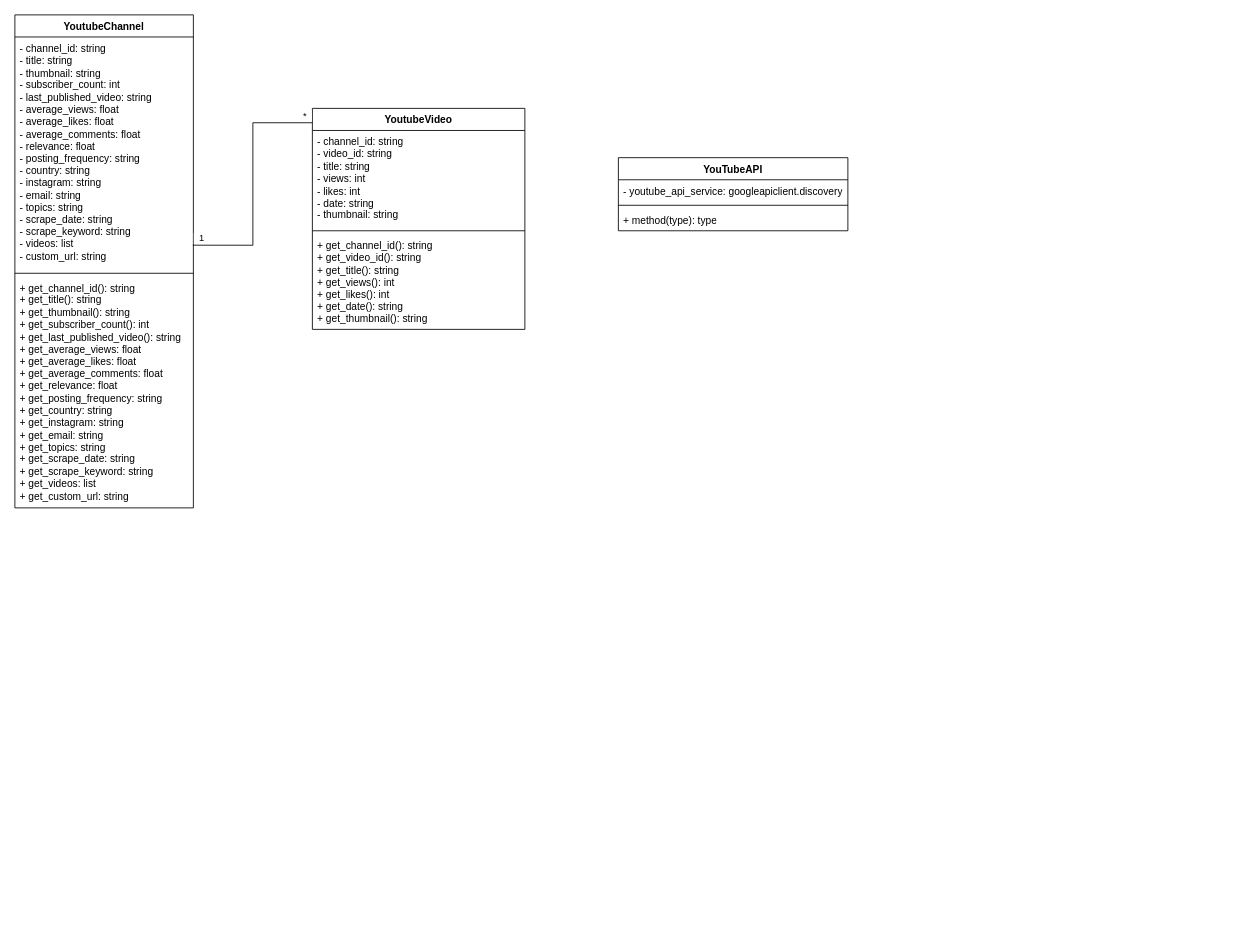
Before: Data/Class Diagram.drawio in 916-Silasi-Marius/Youtube-Scraping, a draw.io diagram. Source tidied: cells renumbered, new cells numbered last; positions are measured from the earlier drawing's top-left corner, leaving out a move shared by most shapes. Both pictures are drawn from the tidied source at 85%, with x=0, y=0 at pixel (14, 14).
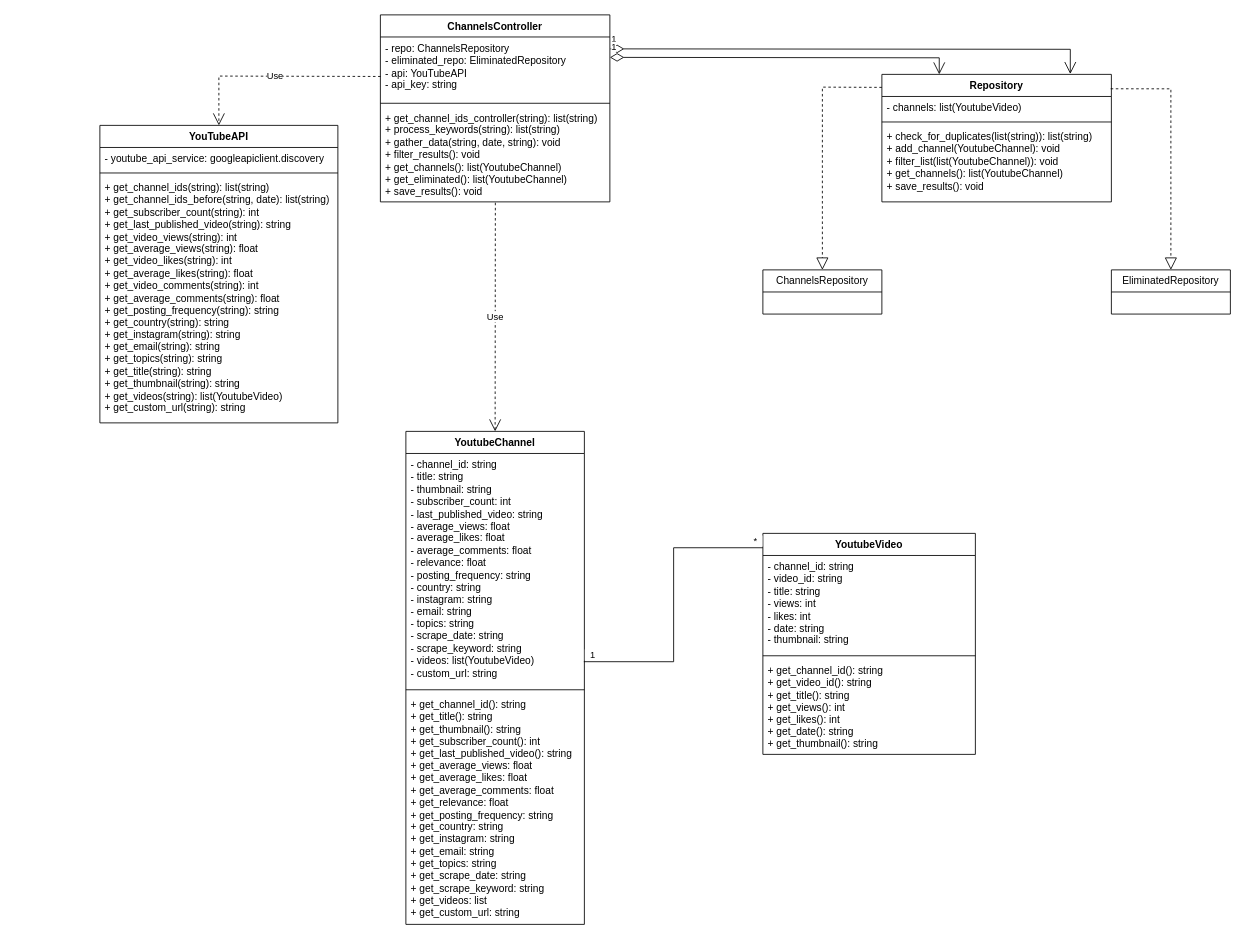
The same page after the edit.

The edit, as a diff of the source:
```diff
@@
     <mxCell id="2" value="YoutubeChannel" style="swimlane;fontStyle=1;align=center;verticalAlign=top;horizontal=1;startSize=26;whiteSpace=wrap;html=1;" parent="1" vertex="1">
-      <mxGeometry width="210" height="580" as="geometry" />
+      <mxGeometry x="460" y="490" width="210" height="580" as="geometry" />
     </mxCell>
-    <mxCell id="3" value="- channel_id: string&lt;br&gt;- title: string&lt;br&gt;- thumbnail: string&lt;br&gt;- subscriber_count: int&lt;br&gt;- last_published_video: string&lt;br&gt;- average_views: float&lt;br&gt;- average_likes: float&lt;br&gt;- average_comments: float&lt;br&gt;- relevance: float&lt;br&gt;- posting_frequency: string&lt;br&gt;- country: string&lt;br&gt;- instagram: string&lt;br&gt;- email: string&lt;br&gt;- topics: string&lt;br&gt;- scrape_date: string&lt;br&gt;- scrape_keyword: string&lt;br&gt;- videos: list&lt;br&gt;- custom_url: string&lt;br&gt;" style="text;strokeColor=none;fillColor=none;align=left;verticalAlign=top;spacingLeft=4;spacingRight=4;overflow=hidden;points=[[0,0.5],[1,0.5]];portConstraint=eastwest;whiteSpace=wrap;html=1;" parent="2" vertex="1">
+    <mxCell id="3" value="- channel_id: string&lt;br&gt;- title: string&lt;br&gt;- thumbnail: string&lt;br&gt;- subscriber_count: int&lt;br&gt;- last_published_video: string&lt;br&gt;- average_views: float&lt;br&gt;- average_likes: float&lt;br&gt;- average_comments: float&lt;br&gt;- relevance: float&lt;br&gt;- posting_frequency: string&lt;br&gt;- country: string&lt;br&gt;- instagram: string&lt;br&gt;- email: string&lt;br&gt;- topics: string&lt;br&gt;- scrape_date: string&lt;br&gt;- scrape_keyword: string&lt;br&gt;- videos: list(YoutubeVideo)&lt;br&gt;- custom_url: string" style="text;strokeColor=none;fillColor=none;align=left;verticalAlign=top;spacingLeft=4;spacingRight=4;overflow=hidden;points=[[0,0.5],[1,0.5]];portConstraint=eastwest;whiteSpace=wrap;html=1;" parent="2" vertex="1">
       <mxGeometry y="26" width="210" height="274" as="geometry" />
     </mxCell>
@@
     <mxCell id="6" value="YoutubeVideo&lt;br&gt;" style="swimlane;fontStyle=1;align=center;verticalAlign=top;horizontal=1;startSize=26;whiteSpace=wrap;html=1;" parent="1" vertex="1">
-      <mxGeometry x="350" y="110" width="250" height="260" as="geometry" />
+      <mxGeometry x="880" y="610" width="250" height="260" as="geometry" />
     </mxCell>
@@
     <mxCell id="13" value="YouTubeAPI" style="swimlane;fontStyle=1;align=center;verticalAlign=top;horizontal=1;startSize=26;whiteSpace=wrap;html=1;" parent="1" vertex="1">
-      <mxGeometry x="710" y="168" width="270" height="86" as="geometry" />
+      <mxGeometry x="100" y="130" width="280" height="350" as="geometry" />
     </mxCell>
     <mxCell id="14" value="- youtube_api_service:&amp;nbsp;googleapiclient.discovery" style="text;strokeColor=none;fillColor=none;align=left;verticalAlign=top;spacingLeft=4;spacingRight=4;overflow=hidden;whiteSpace=wrap;html=1;" parent="13" vertex="1">
-      <mxGeometry y="26" width="270" height="26" as="geometry" />
+      <mxGeometry y="26" width="280" height="26" as="geometry" />
     </mxCell>
     <mxCell id="15" style="line;strokeWidth=1;fillColor=none;align=left;verticalAlign=middle;spacingTop=-1;spacingLeft=3;spacingRight=3;labelPosition=right;strokeColor=inherit;" parent="13" vertex="1">
-      <mxGeometry y="52" width="270" height="8" as="geometry" />
+      <mxGeometry y="52" width="280" height="8" as="geometry" />
     </mxCell>
-    <mxCell id="16" value="+ method(type): type" style="text;strokeColor=none;fillColor=none;align=left;verticalAlign=top;spacingLeft=4;spacingRight=4;overflow=hidden;whiteSpace=wrap;html=1;" parent="13" vertex="1">
-      <mxGeometry y="60" width="270" height="26" as="geometry" />
+    <mxCell id="16" value="+&amp;nbsp;get_channel_ids&lt;span style=&quot;background-color: initial;&quot;&gt;(string): list(string)&lt;br&gt;&lt;/span&gt;+&amp;nbsp;get_channel_ids_before(string, date): list(string)&lt;br&gt;+&amp;nbsp;get_subscriber_count(string): int&lt;br&gt;+&amp;nbsp;get_last_published_video(string): string&lt;br&gt;+&amp;nbsp;get_video_views(string): int&lt;br&gt;+&amp;nbsp;get_average_views(string): float&lt;br&gt;+ get_video_likes(string): int&lt;br&gt;+&amp;nbsp;get_average_likes(string): float&lt;br&gt;+&amp;nbsp;get_video_comments(string): int&lt;br&gt;+ get_average_comments(string): float&lt;br&gt;+&amp;nbsp;get_posting_frequency(string): string&lt;br&gt;+&amp;nbsp;get_country(string): string&lt;br&gt;+&amp;nbsp;get_instagram(string): string&lt;br&gt;+&amp;nbsp;get_email(string): string&lt;br&gt;+ get_topics(string): string&lt;br&gt;+ get_title(string): string&lt;br&gt;+ get_thumbnail(string): string&lt;br&gt;+&amp;nbsp;get_videos(string): list(YoutubeVideo)&lt;br&gt;+&amp;nbsp;get_custom_url(string): string&lt;span style=&quot;background-color: initial;&quot;&gt;&lt;br&gt;&lt;/span&gt;" style="text;strokeColor=none;fillColor=none;align=left;verticalAlign=top;spacingLeft=4;spacingRight=4;overflow=hidden;whiteSpace=wrap;html=1;" parent="13" vertex="1">
+      <mxGeometry y="60" width="280" height="290" as="geometry" />
     </mxCell>
+    <mxCell id="17" value="ChannelsController" style="swimlane;fontStyle=1;align=center;verticalAlign=top;horizontal=1;startSize=26;whiteSpace=wrap;html=1;" parent="1" vertex="1">
+      <mxGeometry x="430" width="270" height="220" as="geometry" />
+    </mxCell>
+    <mxCell id="18" value="- repo: ChannelsRepository&lt;br&gt;- eliminated_repo: EliminatedRepository&lt;br&gt;- api: YouTubeAPI&lt;br&gt;- api_key: string" style="text;strokeColor=none;fillColor=none;align=left;verticalAlign=top;spacingLeft=4;spacingRight=4;overflow=hidden;points=[[0,0.5],[1,0.5]];portConstraint=eastwest;whiteSpace=wrap;html=1;" parent="17" vertex="1">
+      <mxGeometry y="26" width="270" height="74" as="geometry" />
+    </mxCell>
+    <mxCell id="19" style="line;strokeWidth=1;fillColor=none;align=left;verticalAlign=middle;spacingTop=-1;spacingLeft=3;spacingRight=3;labelPosition=right;strokeColor=inherit;" parent="17" vertex="1">
+      <mxGeometry y="100" width="270" height="8" as="geometry" />
+    </mxCell>
+    <mxCell id="20" value="+&amp;nbsp;get_channel_ids_controller(string): list(string)&lt;br&gt;+&amp;nbsp;process_keywords(string): list(string)&lt;br&gt;+&amp;nbsp;gather_data(string, date, string): void&lt;br&gt;+ filter_results(): void&lt;br&gt;+&amp;nbsp;get_channels(): list(YoutubeChannel)&lt;br&gt;+ get_eliminated(): list(YoutubeChannel)&lt;br&gt;+&amp;nbsp;save_results(): void" style="text;strokeColor=none;fillColor=none;align=left;verticalAlign=top;spacingLeft=4;spacingRight=4;overflow=hidden;points=[[0,0.5],[1,0.5]];portConstraint=eastwest;whiteSpace=wrap;html=1;" parent="17" vertex="1">
+      <mxGeometry y="108" width="270" height="112" as="geometry" />
+    </mxCell>
+    <mxCell id="21" value="Repository&lt;br&gt;" style="swimlane;fontStyle=1;align=center;verticalAlign=top;horizontal=1;startSize=26;whiteSpace=wrap;html=1;" parent="1" vertex="1">
+      <mxGeometry x="1020" y="70" width="270" height="150" as="geometry" />
+    </mxCell>
+    <mxCell id="22" value="- channels: list(YoutubeVideo)" style="text;strokeColor=none;fillColor=none;align=left;verticalAlign=top;spacingLeft=4;spacingRight=4;overflow=hidden;whiteSpace=wrap;html=1;" parent="21" vertex="1">
+      <mxGeometry y="26" width="270" height="26" as="geometry" />
+    </mxCell>
+    <mxCell id="23" style="line;strokeWidth=1;fillColor=none;align=left;verticalAlign=middle;spacingTop=-1;spacingLeft=3;spacingRight=3;labelPosition=right;strokeColor=inherit;" parent="21" vertex="1">
+      <mxGeometry y="52" width="270" height="8" as="geometry" />
+    </mxCell>
+    <mxCell id="24" value="+ check_for_duplicates(list(string)): list(string)&lt;br&gt;+&amp;nbsp;add_channel(YoutubeChannel): void&lt;br&gt;+ filter_list(list(YoutubeChannel)): void&lt;br&gt;+&amp;nbsp;get_channels(): list(YoutubeChannel)&lt;br&gt;+ save_results(): void" style="text;strokeColor=none;fillColor=none;align=left;verticalAlign=top;spacingLeft=4;spacingRight=4;overflow=hidden;whiteSpace=wrap;html=1;" parent="21" vertex="1">
+      <mxGeometry y="60" width="270" height="90" as="geometry" />
+    </mxCell>
+    <mxCell id="25" value="ChannelsRepository" style="swimlane;fontStyle=0;horizontal=1;startSize=26;fillColor=none;whiteSpace=wrap;html=1;" parent="1" vertex="1">
+      <mxGeometry x="880" y="300" width="140" height="52" as="geometry" />
+    </mxCell>
+    <mxCell id="26" value="EliminatedRepository" style="swimlane;fontStyle=0;horizontal=1;startSize=26;fillColor=none;whiteSpace=wrap;html=1;" parent="1" vertex="1">
+      <mxGeometry x="1290" y="300" width="140" height="52" as="geometry" />
+    </mxCell>
+    <mxCell id="27" style="endArrow=block;dashed=1;endFill=0;endSize=12;html=1;rounded=0;entryX=0.5;entryY=0;entryDx=0;entryDy=0;exitX=0.997;exitY=0.113;exitDx=0;exitDy=0;exitPerimeter=0;" parent="1" edge="1" source="21" target="26">
+      <mxGeometry relative="1" as="geometry">
+        <Array as="points">
+          <mxPoint x="1360" y="87" />
+        </Array>
+      </mxGeometry>
+    </mxCell>
+    <mxCell id="28" style="endArrow=block;dashed=1;endFill=0;endSize=12;html=1;rounded=0;entryX=0.5;entryY=0;entryDx=0;entryDy=0;exitX=0;exitY=0.102;exitDx=0;exitDy=0;exitPerimeter=0;" parent="1" edge="1" source="21" target="25">
+      <mxGeometry relative="1" as="geometry">
+        <Array as="points">
+          <mxPoint x="950" y="85" />
+        </Array>
+      </mxGeometry>
+    </mxCell>
+    <mxCell id="29" value="1" style="endArrow=open;html=1;endSize=12;startArrow=diamondThin;startSize=14;startFill=0;edgeStyle=orthogonalEdgeStyle;align=left;verticalAlign=bottom;rounded=0;entryX=0.821;entryY=-0.003;entryDx=0;entryDy=0;entryPerimeter=0;" parent="1" edge="1" target="21">
+      <mxGeometry x="-1" y="3" relative="1" as="geometry">
+        <mxPoint x="700" y="40" as="sourcePoint" />
+      </mxGeometry>
+    </mxCell>
+    <mxCell id="30" value="1" style="endArrow=open;html=1;endSize=12;startArrow=diamondThin;startSize=14;startFill=0;edgeStyle=orthogonalEdgeStyle;align=left;verticalAlign=bottom;rounded=0;entryX=0.25;entryY=0;entryDx=0;entryDy=0;" parent="1" edge="1" target="21">
+      <mxGeometry x="-1" y="3" relative="1" as="geometry">
+        <mxPoint x="700" y="50" as="sourcePoint" />
+      </mxGeometry>
+    </mxCell>
+    <mxCell id="31" value="Use" style="endArrow=open;endSize=12;dashed=1;html=1;rounded=0;exitX=0.001;exitY=0.628;exitDx=0;exitDy=0;exitPerimeter=0;entryX=0.5;entryY=0;entryDx=0;entryDy=0;" parent="1" edge="1" source="18" target="13">
+      <mxGeometry relative="1" as="geometry">
+        <Array as="points">
+          <mxPoint x="240" y="72" />
+        </Array>
+      </mxGeometry>
+    </mxCell>
+    <mxCell id="32" value="Use" style="endArrow=open;endSize=12;dashed=1;html=1;rounded=0;entryX=0.5;entryY=0;entryDx=0;entryDy=0;exitX=0.501;exitY=1.009;exitDx=0;exitDy=0;exitPerimeter=0;" parent="1" edge="1" source="20" target="2">
+      <mxGeometry relative="1" as="geometry" />
+    </mxCell>
```
